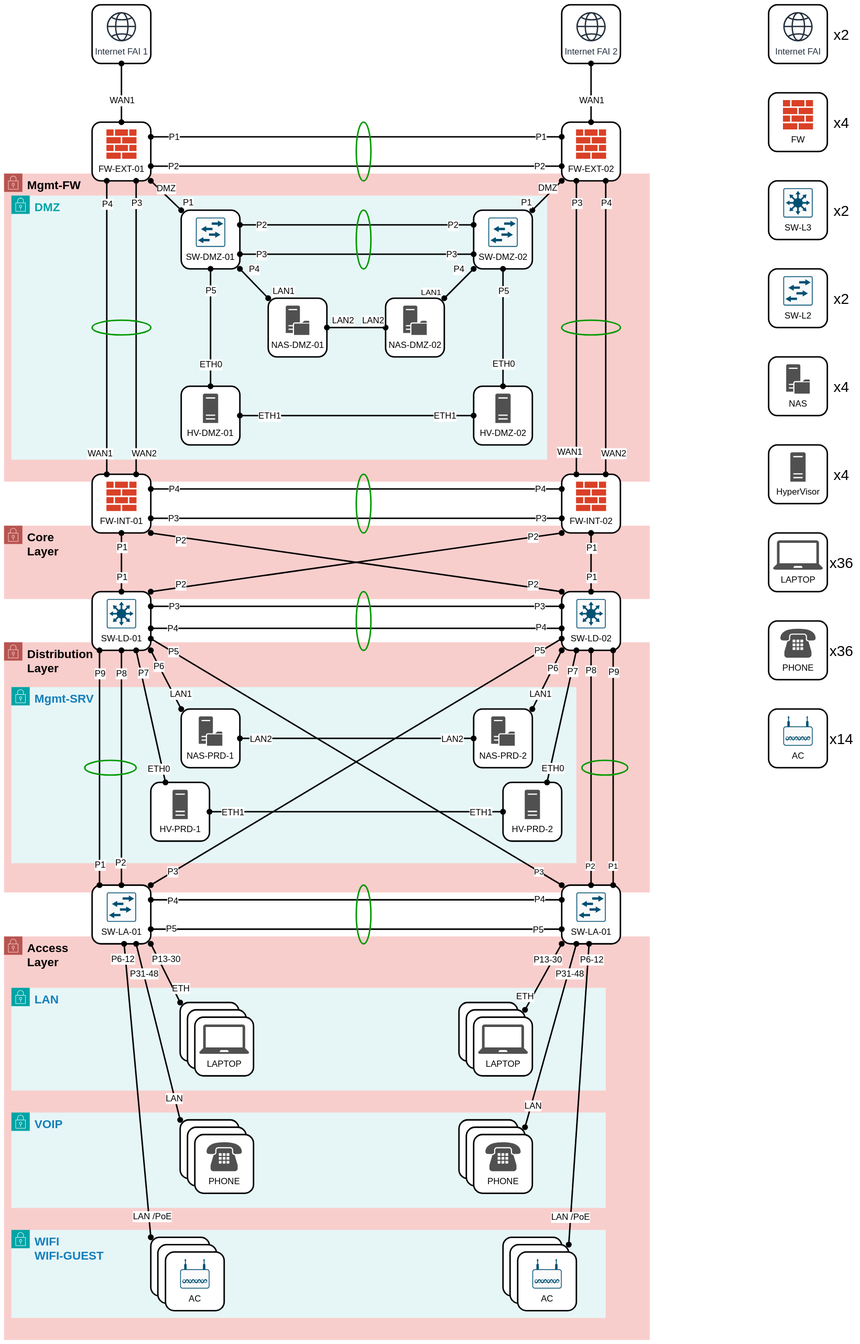
This is Reseau/1-Modele Haute Performance Reseau/infra-physique.svg from SteveNg-01/architecture-it, a draw.io export, as it was before one commit. Source tidied: cells renumbered, new cells last; positions are measured from the earlier drawing's top-left corner, leaving out a move shared by most shapes.
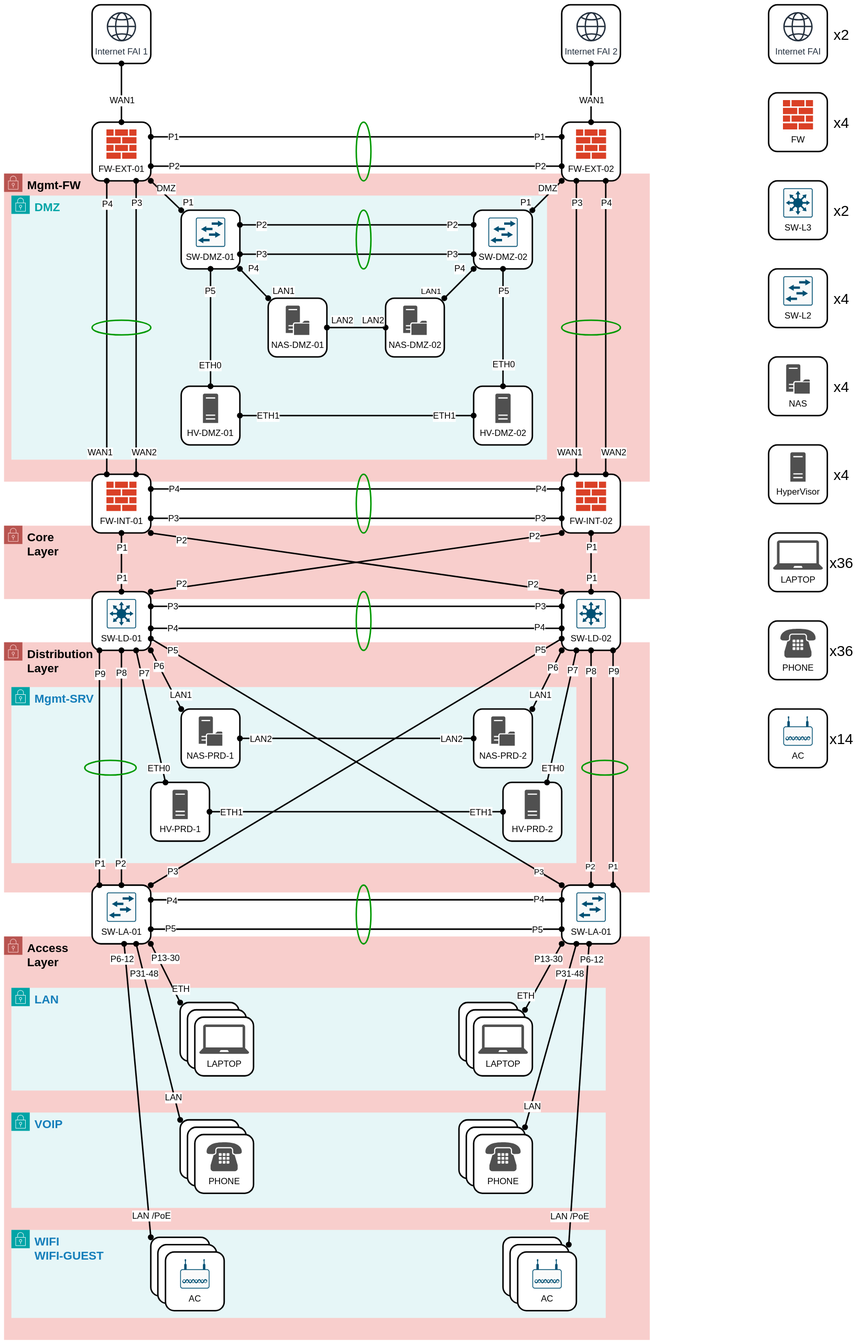
Later version of the same file.

Diff of the diagram source:
```diff
@@ -1046,7 +1046,7 @@
     <mxCell id="275" value="&lt;font style=&quot;font-size: 20px;&quot;&gt;x2&lt;/font&gt;" style="text;html=1;whiteSpace=wrap;strokeColor=none;fillColor=none;align=center;verticalAlign=middle;rounded=0;" parent="1" vertex="1">
       <mxGeometry x="1122" y="265" width="39" height="30" as="geometry" />
     </mxCell>
-    <mxCell id="276" value="&lt;font style=&quot;font-size: 20px;&quot;&gt;x2&lt;/font&gt;" style="text;html=1;whiteSpace=wrap;strokeColor=none;fillColor=none;align=center;verticalAlign=middle;rounded=0;" parent="1" vertex="1">
+    <mxCell id="276" value="&lt;font style=&quot;font-size: 20px;&quot;&gt;x4&lt;/font&gt;" style="text;html=1;whiteSpace=wrap;strokeColor=none;fillColor=none;align=center;verticalAlign=middle;rounded=0;" parent="1" vertex="1">
       <mxGeometry x="1122" y="385" width="39" height="30" as="geometry" />
     </mxCell>
     <mxCell id="277" value="&lt;font style=&quot;font-size: 20px;&quot;&gt;x4&lt;/font&gt;" style="text;html=1;whiteSpace=wrap;strokeColor=none;fillColor=none;align=center;verticalAlign=middle;rounded=0;" parent="1" vertex="1">
```
